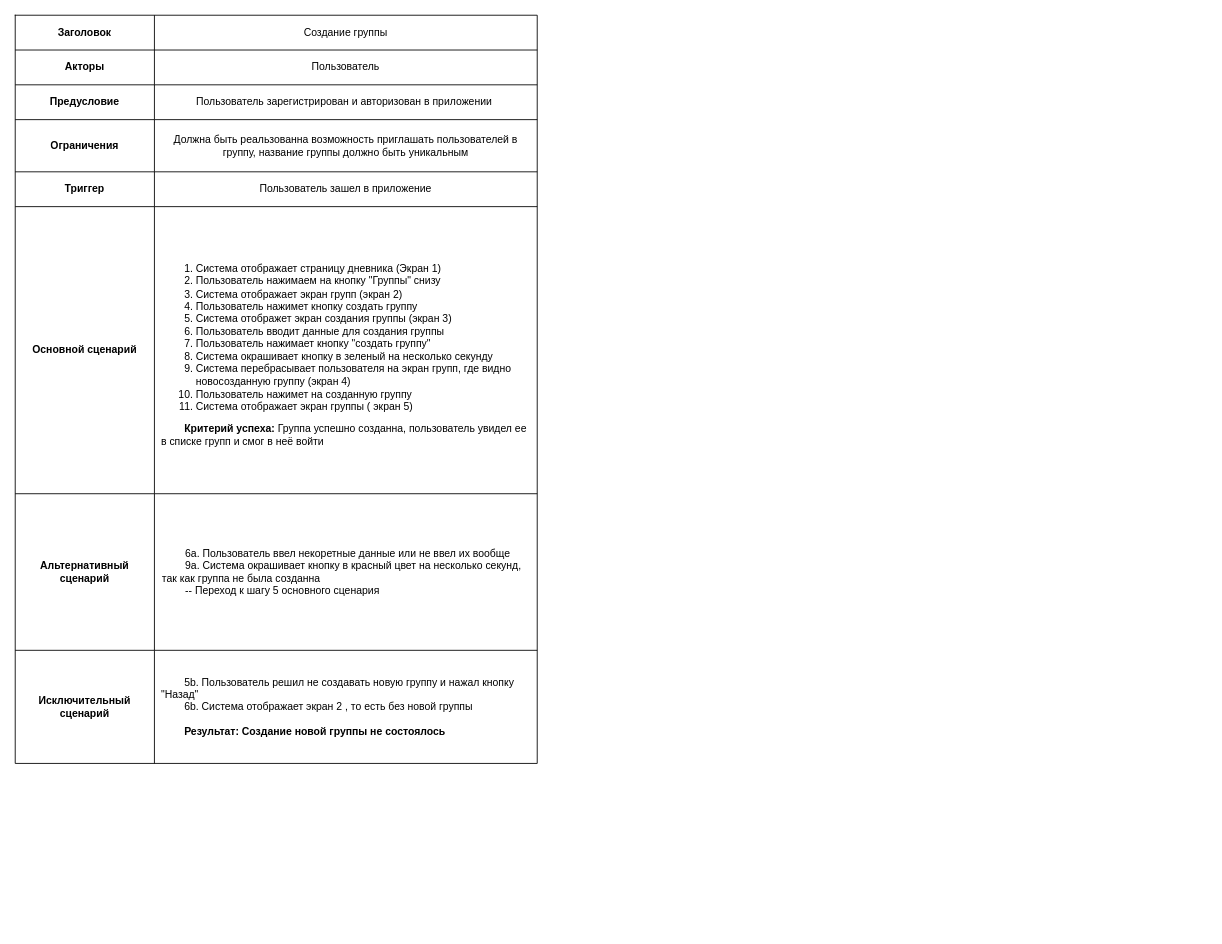
abdullahproff/BSA21_1 keeps this draw.io diagram as Panov_Alexandr/use case.drawio. Above is the earlier version. Source tidied: cells renumbered, new cells numbered last; positions are measured from the earlier drawing's top-left corner, leaving out a move shared by most shapes. Both pictures are drawn from the tidied source at 87%, with x=0, y=0 at pixel (15, 15).
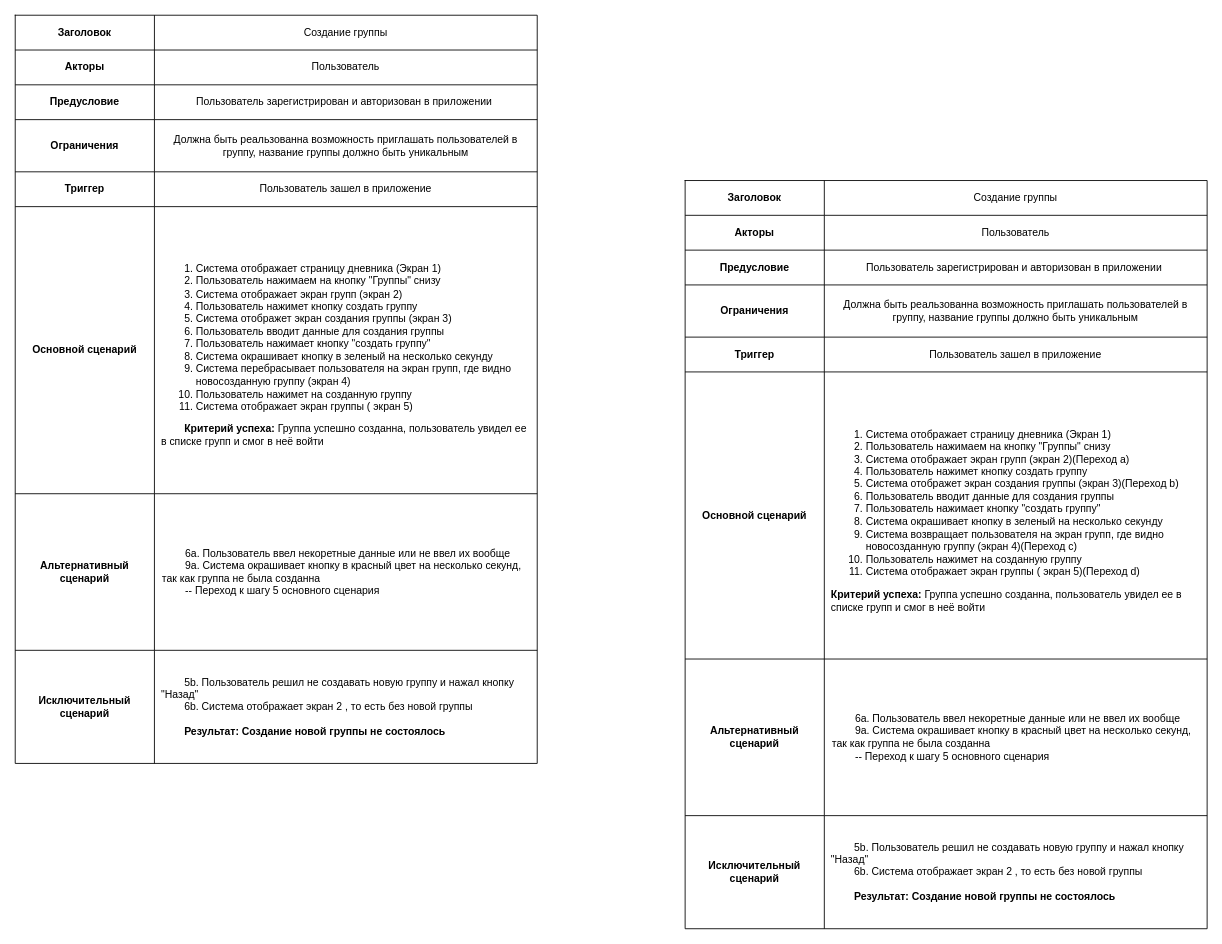
After the change.

Change to the diagram source:
```diff
@@
+    <mxCell id="27" style="shape=table;startSize=0;childLayout=tableLayout;" parent="1" vertex="1">
+      <mxGeometry x="770" y="190" width="600" height="860" as="geometry" />
+    </mxCell>
+    <mxCell id="28" style="shape=tableRow;horizontal=0;startSize=0;swimlaneHead=0;swimlaneBody=0;strokeColor=inherit;top=0;left=0;bottom=0;right=0;fillColor=none;" parent="27" vertex="1">
+      <mxGeometry width="600" height="40" as="geometry" />
+    </mxCell>
+    <mxCell id="29" value="&lt;b&gt;Заголовок&lt;/b&gt;" style="shape=partialRectangle;html=1;whiteSpace=wrap;strokeColor=inherit;overflow=hidden;fillColor=none;top=0;left=0;bottom=0;right=0;" parent="28" vertex="1">
+      <mxGeometry width="160" height="40" as="geometry" />
+    </mxCell>
+    <mxCell id="30" value="Создание группы" style="shape=partialRectangle;html=1;whiteSpace=wrap;strokeColor=inherit;overflow=hidden;fillColor=none;top=0;left=0;bottom=0;right=0;spacingLeft=7;spacingRight=7;" parent="28" vertex="1">
+      <mxGeometry x="160" width="440" height="40" as="geometry" />
+    </mxCell>
+    <mxCell id="31" style="shape=tableRow;horizontal=0;startSize=0;swimlaneHead=0;swimlaneBody=0;strokeColor=inherit;top=0;left=0;bottom=0;right=0;fillColor=none;" parent="27" vertex="1">
+      <mxGeometry y="40" width="600" height="40" as="geometry" />
+    </mxCell>
+    <mxCell id="32" value="&lt;b&gt;Акторы&lt;/b&gt;" style="shape=partialRectangle;html=1;whiteSpace=wrap;strokeColor=inherit;overflow=hidden;fillColor=none;top=0;left=0;bottom=0;right=0;" parent="31" vertex="1">
+      <mxGeometry width="160" height="40" as="geometry" />
+    </mxCell>
+    <mxCell id="33" value="Пользователь" style="shape=partialRectangle;html=1;whiteSpace=wrap;strokeColor=inherit;overflow=hidden;fillColor=none;top=0;left=0;bottom=0;right=0;spacingLeft=7;spacingRight=7;" parent="31" vertex="1">
+      <mxGeometry x="160" width="440" height="40" as="geometry" />
+    </mxCell>
+    <mxCell id="34" style="shape=tableRow;horizontal=0;startSize=0;swimlaneHead=0;swimlaneBody=0;strokeColor=inherit;top=0;left=0;bottom=0;right=0;fillColor=none;" parent="27" vertex="1">
+      <mxGeometry y="80" width="600" height="40" as="geometry" />
+    </mxCell>
+    <mxCell id="35" value="&lt;b&gt;Предусловие&lt;/b&gt;" style="shape=partialRectangle;html=1;whiteSpace=wrap;strokeColor=inherit;overflow=hidden;fillColor=none;top=0;left=0;bottom=0;right=0;" parent="34" vertex="1">
+      <mxGeometry width="160" height="40" as="geometry" />
+    </mxCell>
+    <mxCell id="36" value="Пользователь зарегистрирован и авторизован в приложении&amp;nbsp;" style="shape=partialRectangle;html=1;whiteSpace=wrap;strokeColor=inherit;overflow=hidden;fillColor=none;top=0;left=0;bottom=0;right=0;spacingLeft=7;spacingRight=7;" parent="34" vertex="1">
+      <mxGeometry x="160" width="440" height="40" as="geometry" />
+    </mxCell>
+    <mxCell id="37" style="shape=tableRow;horizontal=0;startSize=0;swimlaneHead=0;swimlaneBody=0;strokeColor=inherit;top=0;left=0;bottom=0;right=0;fillColor=none;" parent="27" vertex="1">
+      <mxGeometry y="120" width="600" height="60" as="geometry" />
+    </mxCell>
+    <mxCell id="38" value="&lt;b&gt;Ограничения&lt;/b&gt;" style="shape=partialRectangle;html=1;whiteSpace=wrap;strokeColor=inherit;overflow=hidden;fillColor=none;top=0;left=0;bottom=0;right=0;" parent="37" vertex="1">
+      <mxGeometry width="160" height="60" as="geometry" />
+    </mxCell>
+    <mxCell id="39" value="Должна быть реальзованна возможность приглашать пользователей в группу, название группы должно быть уникальным" style="shape=partialRectangle;html=1;whiteSpace=wrap;strokeColor=inherit;overflow=hidden;fillColor=none;top=0;left=0;bottom=0;right=0;spacingLeft=7;spacingRight=7;" parent="37" vertex="1">
+      <mxGeometry x="160" width="440" height="60" as="geometry" />
+    </mxCell>
+    <mxCell id="40" style="shape=tableRow;horizontal=0;startSize=0;swimlaneHead=0;swimlaneBody=0;strokeColor=inherit;top=0;left=0;bottom=0;right=0;fillColor=none;" parent="27" vertex="1">
+      <mxGeometry y="180" width="600" height="40" as="geometry" />
+    </mxCell>
+    <mxCell id="41" value="&lt;b&gt;Триггер&lt;/b&gt;" style="shape=partialRectangle;html=1;whiteSpace=wrap;strokeColor=inherit;overflow=hidden;fillColor=none;top=0;left=0;bottom=0;right=0;" parent="40" vertex="1">
+      <mxGeometry width="160" height="40" as="geometry" />
+    </mxCell>
+    <mxCell id="42" value="Пользователь зашел в приложение" style="shape=partialRectangle;html=1;whiteSpace=wrap;strokeColor=inherit;overflow=hidden;fillColor=none;top=0;left=0;bottom=0;right=0;spacingLeft=7;spacingRight=7;" parent="40" vertex="1">
+      <mxGeometry x="160" width="440" height="40" as="geometry" />
+    </mxCell>
+    <mxCell id="43" style="shape=tableRow;horizontal=0;startSize=0;swimlaneHead=0;swimlaneBody=0;strokeColor=inherit;top=0;left=0;bottom=0;right=0;fillColor=none;" parent="27" vertex="1">
+      <mxGeometry y="220" width="600" height="330" as="geometry" />
+    </mxCell>
+    <mxCell id="44" value="&lt;b&gt;Основной сценарий&lt;/b&gt;" style="shape=partialRectangle;html=1;whiteSpace=wrap;strokeColor=inherit;overflow=hidden;fillColor=none;top=0;left=0;bottom=0;right=0;" parent="43" vertex="1">
+      <mxGeometry width="160" height="330" as="geometry" />
+    </mxCell>
+    <mxCell id="45" value="&lt;ol style=&quot;text-align: left;&quot;&gt;&lt;li&gt;Система отображает страницу дневника (Экран 1)&lt;/li&gt;&lt;li&gt;Пользователь нажимаем на кнопку &quot;Группы&quot; снизу&lt;/li&gt;&lt;li&gt;Система отображает экран групп (экран 2)(Переход a)&lt;/li&gt;&lt;li&gt;Пользователь нажимет кнопку создать группу&lt;/li&gt;&lt;li&gt;Система отображет экран создания группы (экран 3)(Переход b)&lt;/li&gt;&lt;li&gt;Пользователь вводит данные для создания группы&lt;/li&gt;&lt;li&gt;Пользователь нажимает кнопку &quot;создать группу&quot;&lt;/li&gt;&lt;li&gt;Система окрашивает кнопку в зеленый на несколько секунду&lt;/li&gt;&lt;li&gt;Система возвращает пользователя на экран групп, где видно новосозданную группу (экран 4)(Переход c)&lt;/li&gt;&lt;li&gt;Пользователь нажимет на созданную группу&lt;/li&gt;&lt;li&gt;Система отображает экран группы ( экран 5)(Переход d)&lt;/li&gt;&lt;/ol&gt;&lt;span style=&quot;background-color: initial;&quot;&gt;&lt;div style=&quot;text-align: left;&quot;&gt;&lt;b style=&quot;font-weight: bold; background-color: initial;&quot;&gt;&lt;span style=&quot;&quot;&gt;&#9;&lt;/span&gt;&lt;/b&gt;&lt;b style=&quot;font-weight: bold; background-color: initial; text-align: center;&quot;&gt;Критерий успеха: &lt;/b&gt;&lt;span style=&quot;background-color: initial; text-align: center;&quot;&gt;Группа успешно созданна, пользователь увидел ее в списке групп и смог в неё войти&lt;/span&gt;&lt;/div&gt;&lt;/span&gt;" style="shape=partialRectangle;html=1;whiteSpace=wrap;strokeColor=inherit;overflow=hidden;fillColor=none;top=0;left=0;bottom=0;right=0;spacingLeft=7;spacingRight=7;" parent="43" vertex="1">
+      <mxGeometry x="160" width="440" height="330" as="geometry" />
+    </mxCell>
+    <mxCell id="46" style="shape=tableRow;horizontal=0;startSize=0;swimlaneHead=0;swimlaneBody=0;strokeColor=inherit;top=0;left=0;bottom=0;right=0;fillColor=none;" parent="27" vertex="1">
+      <mxGeometry y="550" width="600" height="180" as="geometry" />
+    </mxCell>
+    <mxCell id="47" value="&lt;b&gt;Альтернативный сценарий&lt;/b&gt;" style="shape=partialRectangle;html=1;whiteSpace=wrap;strokeColor=inherit;overflow=hidden;fillColor=none;top=0;left=0;bottom=0;right=0;" parent="46" vertex="1">
+      <mxGeometry width="160" height="180" as="geometry" />
+    </mxCell>
+    <mxCell id="48" value="&lt;span style=&quot;background-color: initial;&quot;&gt;&lt;span style=&quot;white-space: pre;&quot;&gt;&#9;&lt;/span&gt;6а. Пользователь ввел некоретные данные или не ввел их вообще&lt;/span&gt;&lt;br&gt;&lt;span style=&quot;background-color: initial;&quot;&gt;&lt;span style=&quot;white-space: pre;&quot;&gt;&#9;&lt;/span&gt;9а. Система окрашивает кнопку в красный цвет на несколько секунд, так как группа не была созданна&lt;/span&gt;&lt;br&gt;&lt;span style=&quot;white-space: pre;&quot;&gt;&#9;&lt;/span&gt;-- Переход к шагу 5 основного сценария" style="shape=partialRectangle;html=1;whiteSpace=wrap;strokeColor=inherit;overflow=hidden;fillColor=none;top=0;left=0;bottom=0;right=0;align=left;spacingLeft=7;spacingRight=7;" parent="46" vertex="1">
+      <mxGeometry x="160" width="440" height="180" as="geometry" />
+    </mxCell>
+    <mxCell id="49" style="shape=tableRow;horizontal=0;startSize=0;swimlaneHead=0;swimlaneBody=0;strokeColor=inherit;top=0;left=0;bottom=0;right=0;fillColor=none;" parent="27" vertex="1">
+      <mxGeometry y="730" width="600" height="130" as="geometry" />
+    </mxCell>
+    <mxCell id="50" value="&lt;b&gt;Исключительный сценарий&lt;/b&gt;" style="shape=partialRectangle;html=1;whiteSpace=wrap;strokeColor=inherit;overflow=hidden;fillColor=none;top=0;left=0;bottom=0;right=0;" parent="49" vertex="1">
+      <mxGeometry width="160" height="130" as="geometry" />
+    </mxCell>
+    <mxCell id="51" value="&lt;div style=&quot;text-align: left;&quot;&gt;&lt;span style=&quot;background-color: initial;&quot;&gt;&lt;span style=&quot;white-space: pre;&quot;&gt;&#9;&lt;/span&gt;5b. Пользователь решил не создавать новую группу и нажал кнопку &quot;Назад&quot;&lt;/span&gt;&lt;/div&gt;&lt;div style=&quot;text-align: left;&quot;&gt;&lt;span style=&quot;background-color: initial;&quot;&gt;&lt;span style=&quot;white-space: pre;&quot;&gt;&#9;&lt;/span&gt;6b. Система отображает экран 2 , то есть без новой группы&lt;br&gt;&lt;/span&gt;&lt;/div&gt;&lt;div&gt;&lt;span style=&quot;text-align: left;&quot;&gt;&lt;br&gt;&lt;/span&gt;&lt;/div&gt;&lt;div style=&quot;text-align: left;&quot;&gt;&lt;b style=&quot;background-color: initial;&quot;&gt;&lt;span style=&quot;white-space: pre;&quot;&gt;&#9;&lt;/span&gt;Результат&lt;/b&gt;&lt;b style=&quot;background-color: initial;&quot;&gt;: Создание новой группы не состоялось&lt;/b&gt;&lt;span style=&quot;text-align: left;&quot;&gt;&lt;br&gt;&lt;/span&gt;&lt;/div&gt;" style="shape=partialRectangle;html=1;whiteSpace=wrap;strokeColor=inherit;overflow=hidden;fillColor=none;top=0;left=0;bottom=0;right=0;spacingLeft=7;spacingRight=7;" parent="49" vertex="1">
+      <mxGeometry x="160" width="440" height="130" as="geometry" />
+    </mxCell>
```
